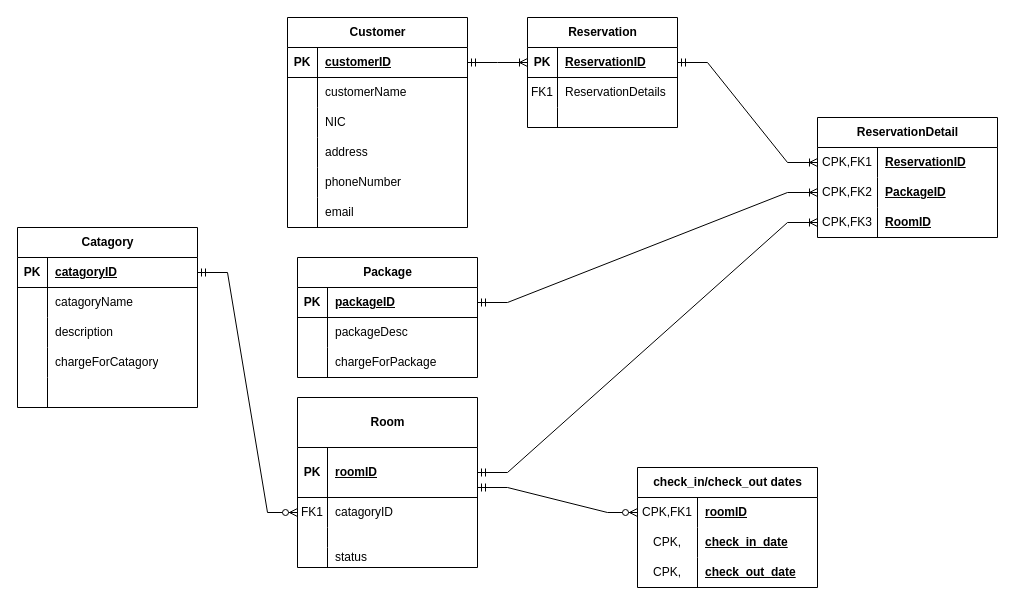
Before: relationalDataModel.drawio in ViyathAraliya/CMJD105_CourseWork02_ViyathAraliya, a draw.io diagram. Source tidied: cells renumbered, new cells numbered last; positions are measured from the earlier drawing's top-left corner, leaving out a move shared by most shapes. Both pictures are drawn from the tidied source at 100%, with x=0, y=0 at pixel (17, 17).
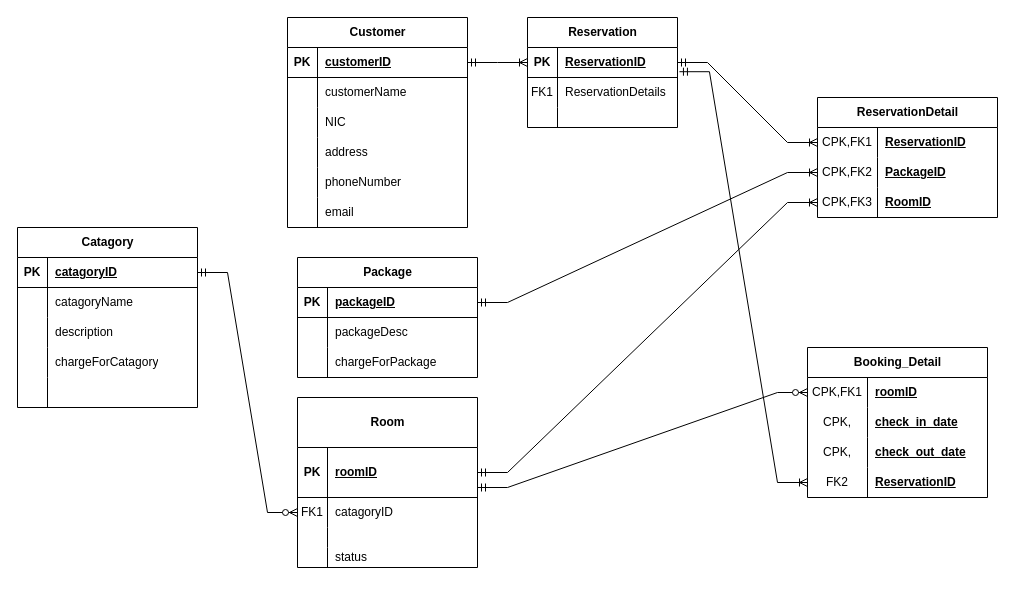
The same diagram, later.

Commit message (it also covers changes not shown here):
booking dates entity is has reservationID, changes made to the service layer and bookingDatesEntity class

The change refers to these unchanged cells:
```xml
<mxCell id="6" style="shape=tableRow;horizontal=0;startSize=0;swimlaneHead=0;swimlaneBody=0;fillColor=none;points=[[0,0.5],[1,0.5]];portConstraint=eastwest;top=0;left=0;right=0;bottom=0;" parent="2" vertex="1">
  <mxGeometry y="60" width="150" height="30" as="geometry" />
</mxCell>
```

The edit, as a diff of the source:
```diff
@@
     <mxCell id="75" value="ReservationDetail" style="shape=table;startSize=30;childLayout=tableLayout;rowLines=0;fontStyle=1;align=center;html=1;" parent="1" vertex="1">
-      <mxGeometry x="800" y="100" width="180" height="120" as="geometry" />
+      <mxGeometry x="800" y="80" width="180" height="120" as="geometry" />
     </mxCell>
@@
-    <mxCell id="85" value="check_in/check_out dates" style="shape=table;startSize=30;childLayout=tableLayout;rowLines=0;fontStyle=1;align=center;html=1;" parent="1" vertex="1">
-      <mxGeometry x="620" y="450" width="180" height="120" as="geometry" />
+    <mxCell id="85" value="Booking_Detail" style="shape=table;startSize=30;childLayout=tableLayout;rowLines=0;fontStyle=1;align=center;html=1;" parent="1" vertex="1">
+      <mxGeometry x="790" y="330" width="180" height="150" as="geometry" />
     </mxCell>
@@
+    <mxCell id="96" style="shape=tableRow;horizontal=0;startSize=0;swimlaneHead=0;swimlaneBody=0;fillColor=none;points=[[0,0.5],[1,0.5]];portConstraint=eastwest;top=0;left=0;right=0;bottom=0;" parent="85" vertex="1">
+      <mxGeometry y="120" width="180" height="30" as="geometry" />
+    </mxCell>
+    <mxCell id="97" value="FK2" style="shape=partialRectangle;fillColor=none;top=0;left=0;bottom=0;right=0;overflow=hidden;whiteSpace=wrap;html=1;" parent="96" vertex="1">
+      <mxGeometry width="60" height="30" as="geometry" />
+    </mxCell>
+    <mxCell id="98" value="&lt;b&gt;&lt;u&gt;ReservationID&lt;/u&gt;&lt;/b&gt;" style="shape=partialRectangle;fillColor=none;top=0;left=0;bottom=0;right=0;align=left;spacingLeft=6;overflow=hidden;whiteSpace=wrap;html=1;" parent="96" vertex="1">
+      <mxGeometry x="60" width="120" height="30" as="geometry" />
+    </mxCell>
@@
+    <mxCell id="99" style="edgeStyle=entityRelationEdgeStyle;fontSize=12;html=1;endArrow=ERoneToMany;startArrow=ERmandOne;rounded=0;exitX=1.013;exitY=-0.193;exitDx=0;exitDy=0;entryX=0;entryY=0.5;entryDx=0;entryDy=0;exitPerimeter=0;" parent="1" edge="1" source="6" target="96">
+      <mxGeometry relative="1" as="geometry" />
+    </mxCell>
```
